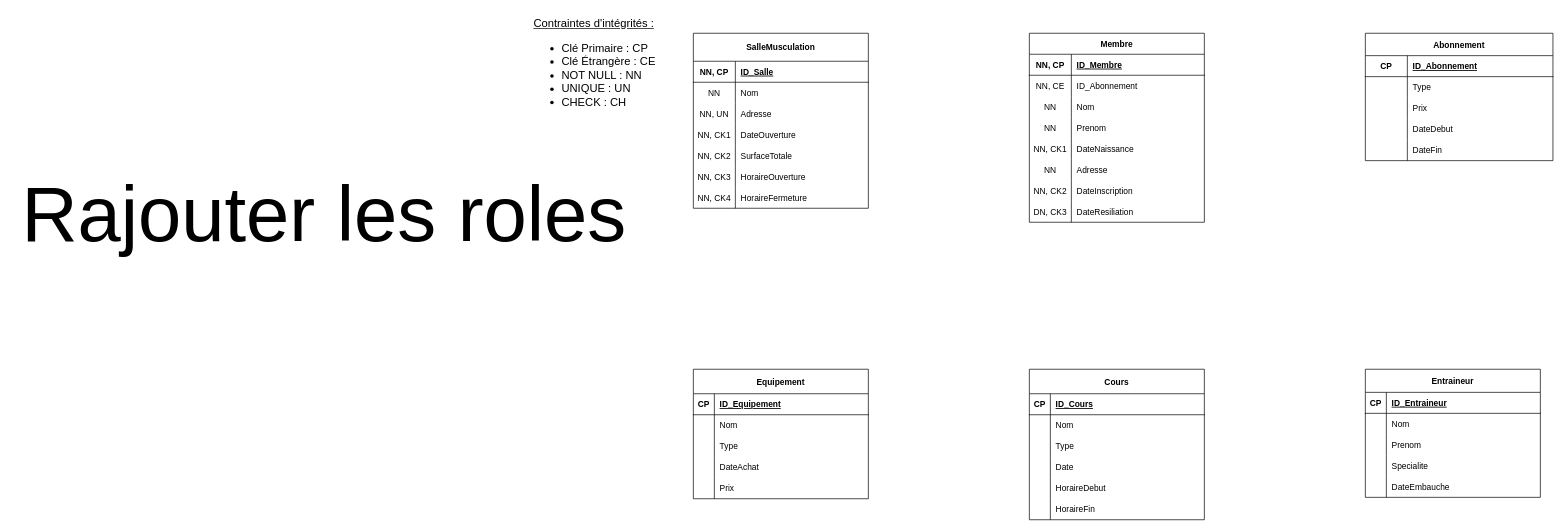
The draw.io diagram SchémaE/R.drawio in uvsqNathanAmoussou/SalleDeMuscuBDD, before the edit. Source tidied: cells renumbered, new cells numbered last; positions are measured from the earlier drawing's top-left corner, leaving out a move shared by most shapes. Both pictures are drawn from the tidied source at 70%, with x=0, y=0 at pixel (12, 12).
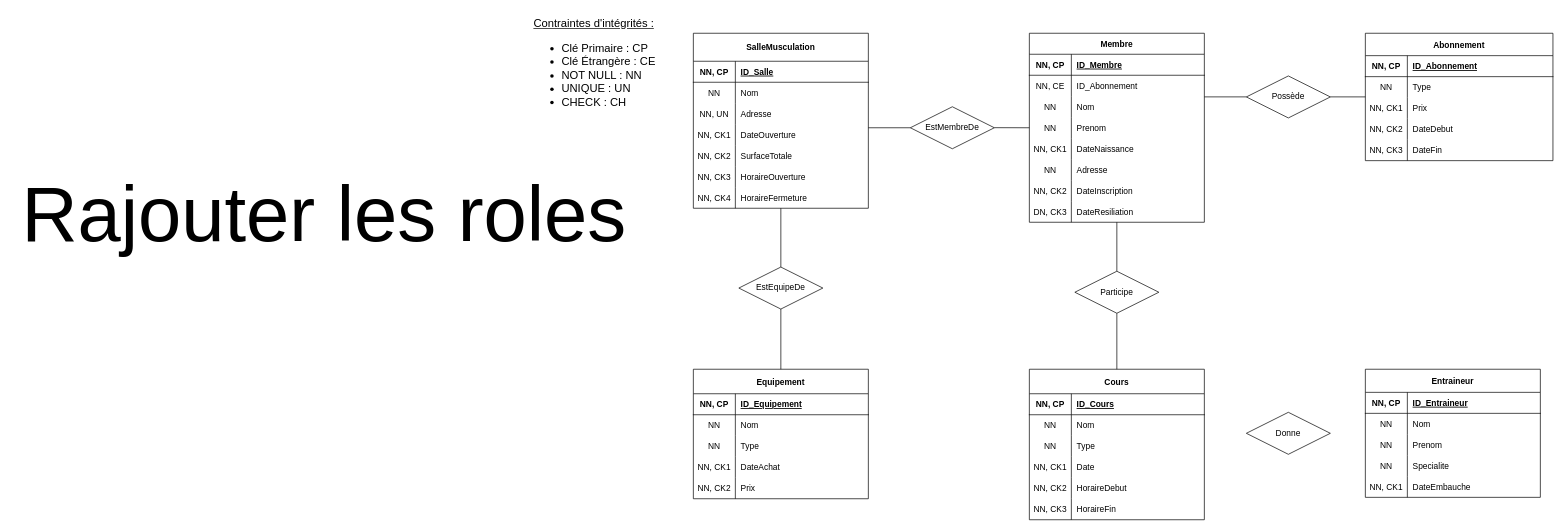
After the change.

Commit message (it also covers changes not shown here):
Mettre à jour R.drawio

Unchanged cells that the change refers to:
```xml
<mxCell id="24" style="shape=partialRectangle;fillColor=none;points=[[0,0.5],[1,0.5]];portConstraint=eastwest;top=0;left=0;right=0;bottom=0;" parent="2" vertex="1">
  <mxGeometry y="240" width="250" height="30" as="geometry" />
</mxCell>
<mxCell id="28" style="shape=partialRectangle;fillColor=none;top=0;left=0;right=0;bottom=1;" parent="27" vertex="1">
  <mxGeometry y="32" width="268" height="30" as="geometry" />
</mxCell>
<mxCell id="31" style="shape=partialRectangle;fillColor=none;points=[[0,0.5],[1,0.5]];portConstraint=eastwest;top=0;left=0;right=0;bottom=0;" parent="27" vertex="1">
  <mxGeometry y="62" width="268" height="30" as="geometry" />
</mxCell>
<mxCell id="34" style="shape=partialRectangle;fillColor=none;top=0;left=0;right=0;bottom=0;" parent="27" vertex="1">
  <mxGeometry y="92" width="268" height="30" as="geometry" />
</mxCell>
<mxCell id="37" style="shape=partialRectangle;fillColor=none;top=0;left=0;right=0;bottom=0;" parent="27" vertex="1">
  <mxGeometry y="122" width="268" height="30" as="geometry" />
</mxCell>
<mxCell id="40" style="shape=partialRectangle;fillColor=none;top=0;left=0;right=0;bottom=0;" parent="27" vertex="1">
  <mxGeometry y="152" width="268" height="30" as="geometry" />
</mxCell>
<mxCell id="62" style="shape=partialRectangle;fillColor=none;points=[[0,0.5],[1,0.5]];portConstraint=eastwest;top=0;left=0;right=0;bottom=0;" parent="43" vertex="1">
  <mxGeometry y="220" width="250" height="30" as="geometry" />
</mxCell>
<mxCell id="65" value="Cours" style="shape=table;startSize=35;childLayout=tableLayout;rowLines=0;fontStyle=1;align=center;" parent="1" vertex="1">
  <mxGeometry x="1453" y="510" width="250" height="215" as="geometry" />
</mxCell>
<mxCell id="66" style="shape=partialRectangle;fillColor=none;top=0;left=0;right=0;bottom=1;" parent="65" vertex="1">
  <mxGeometry y="35" width="250" height="30" as="geometry" />
</mxCell>
<mxCell id="69" style="shape=partialRectangle;fillColor=none;top=0;left=0;right=0;bottom=0;" parent="65" vertex="1">
  <mxGeometry y="65" width="250" height="30" as="geometry" />
</mxCell>
<mxCell id="72" style="shape=partialRectangle;fillColor=none;top=0;left=0;right=0;bottom=0;" parent="65" vertex="1">
  <mxGeometry y="95" width="250" height="30" as="geometry" />
</mxCell>
<mxCell id="75" style="shape=partialRectangle;fillColor=none;top=0;left=0;right=0;bottom=0;" parent="65" vertex="1">
  <mxGeometry y="125" width="250" height="30" as="geometry" />
</mxCell>
<mxCell id="78" style="shape=partialRectangle;fillColor=none;top=0;left=0;right=0;bottom=0;" parent="65" vertex="1">
  <mxGeometry y="155" width="250" height="30" as="geometry" />
</mxCell>
<mxCell id="81" style="shape=partialRectangle;fillColor=none;top=0;left=0;right=0;bottom=0;" parent="65" vertex="1">
  <mxGeometry y="185" width="250" height="30" as="geometry" />
</mxCell>
<mxCell id="84" value="Equipement" style="shape=table;startSize=35;childLayout=tableLayout;rowLines=0;fontStyle=1;align=center;" parent="1" vertex="1">
  <mxGeometry x="973" y="510" width="250" height="185" as="geometry" />
</mxCell>
<mxCell id="85" style="shape=partialRectangle;fillColor=none;top=0;left=0;right=0;bottom=1;" parent="84" vertex="1">
  <mxGeometry y="35" width="250" height="30" as="geometry" />
</mxCell>
<mxCell id="88" style="shape=partialRectangle;fillColor=none;top=0;left=0;right=0;bottom=0;" parent="84" vertex="1">
  <mxGeometry y="65" width="250" height="30" as="geometry" />
</mxCell>
<mxCell id="91" style="shape=partialRectangle;fillColor=none;top=0;left=0;right=0;bottom=0;" parent="84" vertex="1">
  <mxGeometry y="95" width="250" height="30" as="geometry" />
</mxCell>
<mxCell id="94" style="shape=partialRectangle;fillColor=none;top=0;left=0;right=0;bottom=0;" parent="84" vertex="1">
  <mxGeometry y="125" width="250" height="30" as="geometry" />
</mxCell>
<mxCell id="97" style="shape=partialRectangle;fillColor=none;top=0;left=0;right=0;bottom=0;" parent="84" vertex="1">
  <mxGeometry y="155" width="250" height="30" as="geometry" />
</mxCell>
<mxCell id="101" style="shape=partialRectangle;fillColor=none;top=0;left=0;right=0;bottom=1;" parent="100" vertex="1">
  <mxGeometry y="33" width="250" height="30" as="geometry" />
</mxCell>
<mxCell id="104" style="shape=partialRectangle;fillColor=none;top=0;left=0;right=0;bottom=0;" parent="100" vertex="1">
  <mxGeometry y="63" width="250" height="30" as="geometry" />
</mxCell>
<mxCell id="107" style="shape=partialRectangle;fillColor=none;top=0;left=0;right=0;bottom=0;" parent="100" vertex="1">
  <mxGeometry y="93" width="250" height="30" as="geometry" />
</mxCell>
<mxCell id="110" style="shape=partialRectangle;fillColor=none;top=0;left=0;right=0;bottom=0;" parent="100" vertex="1">
  <mxGeometry y="123" width="250" height="30" as="geometry" />
</mxCell>
<mxCell id="113" style="shape=partialRectangle;fillColor=none;top=0;left=0;right=0;bottom=0;" parent="100" vertex="1">
  <mxGeometry y="153" width="250" height="30" as="geometry" />
</mxCell>
```

Diff of the diagram source:
```diff
@@
-    <mxCell id="29" value="CP" style="shape=partialRectangle;overflow=hidden;fillColor=none;top=0;left=0;bottom=0;right=0;fontStyle=1;" parent="28" vertex="1">
+    <mxCell id="29" value="NN, CP" style="shape=partialRectangle;overflow=hidden;fillColor=none;top=0;left=0;bottom=0;right=0;fontStyle=1;" parent="28" vertex="1">
       <mxGeometry width="60" height="30" as="geometry" />
     </mxCell>
@@
-    <mxCell id="32" style="shape=partialRectangle;overflow=hidden;fillColor=none;top=0;left=0;bottom=0;right=0;" parent="31" vertex="1">
+    <mxCell id="32" value="NN" style="shape=partialRectangle;overflow=hidden;fillColor=none;top=0;left=0;bottom=0;right=0;" parent="31" vertex="1">
       <mxGeometry width="60" height="30" as="geometry" />
     </mxCell>
@@
-    <mxCell id="35" style="shape=partialRectangle;overflow=hidden;fillColor=none;top=0;left=0;bottom=0;right=0;" parent="34" vertex="1">
+    <mxCell id="35" value="NN, CK1" style="shape=partialRectangle;overflow=hidden;fillColor=none;top=0;left=0;bottom=0;right=0;" parent="34" vertex="1">
       <mxGeometry width="60" height="30" as="geometry" />
     </mxCell>
@@
-    <mxCell id="38" style="shape=partialRectangle;overflow=hidden;fillColor=none;top=0;left=0;bottom=0;right=0;" parent="37" vertex="1">
+    <mxCell id="38" value="NN, CK2" style="shape=partialRectangle;overflow=hidden;fillColor=none;top=0;left=0;bottom=0;right=0;" parent="37" vertex="1">
       <mxGeometry width="60" height="30" as="geometry" />
     </mxCell>
@@
-    <mxCell id="41" style="shape=partialRectangle;overflow=hidden;fillColor=none;top=0;left=0;bottom=0;right=0;" parent="40" vertex="1">
+    <mxCell id="41" value="NN, CK3" style="shape=partialRectangle;overflow=hidden;fillColor=none;top=0;left=0;bottom=0;right=0;" parent="40" vertex="1">
       <mxGeometry width="60" height="30" as="geometry" />
     </mxCell>
@@
-    <mxCell id="67" value="CP" style="shape=partialRectangle;overflow=hidden;fillColor=none;top=0;left=0;bottom=0;right=0;fontStyle=1;" parent="66" vertex="1">
-      <mxGeometry width="30" height="30" as="geometry" />
+    <mxCell id="67" value="NN, CP" style="shape=partialRectangle;overflow=hidden;fillColor=none;top=0;left=0;bottom=0;right=0;fontStyle=1;" parent="66" vertex="1">
+      <mxGeometry width="60" height="30" as="geometry" />
     </mxCell>
     <mxCell id="68" value="ID_Cours" style="shape=partialRectangle;overflow=hidden;fillColor=none;top=0;left=0;bottom=0;right=0;align=left;spacingLeft=6;fontStyle=5;" parent="66" vertex="1">
-      <mxGeometry x="30" width="220" height="30" as="geometry" />
+      <mxGeometry x="60" width="190" height="30" as="geometry" />
     </mxCell>
@@
-    <mxCell id="70" style="shape=partialRectangle;overflow=hidden;fillColor=none;top=0;left=0;bottom=0;right=0;" parent="69" vertex="1">
-      <mxGeometry width="30" height="30" as="geometry" />
+    <mxCell id="70" value="NN" style="shape=partialRectangle;overflow=hidden;fillColor=none;top=0;left=0;bottom=0;right=0;" parent="69" vertex="1">
+      <mxGeometry width="60" height="30" as="geometry" />
     </mxCell>
     <mxCell id="71" value="Nom" style="shape=partialRectangle;overflow=hidden;fillColor=none;top=0;left=0;bottom=0;right=0;align=left;spacingLeft=6;" parent="69" vertex="1">
-      <mxGeometry x="30" width="220" height="30" as="geometry" />
+      <mxGeometry x="60" width="190" height="30" as="geometry" />
     </mxCell>
@@
-    <mxCell id="73" style="shape=partialRectangle;overflow=hidden;fillColor=none;top=0;left=0;bottom=0;right=0;" parent="72" vertex="1">
-      <mxGeometry width="30" height="30" as="geometry" />
+    <mxCell id="73" value="NN" style="shape=partialRectangle;overflow=hidden;fillColor=none;top=0;left=0;bottom=0;right=0;" parent="72" vertex="1">
+      <mxGeometry width="60" height="30" as="geometry" />
     </mxCell>
     <mxCell id="74" value="Type   " style="shape=partialRectangle;overflow=hidden;fillColor=none;top=0;left=0;bottom=0;right=0;align=left;spacingLeft=6;" parent="72" vertex="1">
-      <mxGeometry x="30" width="220" height="30" as="geometry" />
+      <mxGeometry x="60" width="190" height="30" as="geometry" />
     </mxCell>
@@
-    <mxCell id="76" style="shape=partialRectangle;overflow=hidden;fillColor=none;top=0;left=0;bottom=0;right=0;" parent="75" vertex="1">
-      <mxGeometry width="30" height="30" as="geometry" />
+    <mxCell id="76" value="NN, CK1" style="shape=partialRectangle;overflow=hidden;fillColor=none;top=0;left=0;bottom=0;right=0;" parent="75" vertex="1">
+      <mxGeometry width="60" height="30" as="geometry" />
     </mxCell>
     <mxCell id="77" value="Date" style="shape=partialRectangle;overflow=hidden;fillColor=none;top=0;left=0;bottom=0;right=0;align=left;spacingLeft=6;" parent="75" vertex="1">
-      <mxGeometry x="30" width="220" height="30" as="geometry" />
+      <mxGeometry x="60" width="190" height="30" as="geometry" />
     </mxCell>
@@
-    <mxCell id="79" style="shape=partialRectangle;overflow=hidden;fillColor=none;top=0;left=0;bottom=0;right=0;" parent="78" vertex="1">
-      <mxGeometry width="30" height="30" as="geometry" />
+    <mxCell id="79" value="NN, CK2" style="shape=partialRectangle;overflow=hidden;fillColor=none;top=0;left=0;bottom=0;right=0;" parent="78" vertex="1">
+      <mxGeometry width="60" height="30" as="geometry" />
     </mxCell>
     <mxCell id="80" value="HoraireDebut" style="shape=partialRectangle;overflow=hidden;fillColor=none;top=0;left=0;bottom=0;right=0;align=left;spacingLeft=6;" parent="78" vertex="1">
-      <mxGeometry x="30" width="220" height="30" as="geometry" />
+      <mxGeometry x="60" width="190" height="30" as="geometry" />
     </mxCell>
@@
-    <mxCell id="82" style="shape=partialRectangle;overflow=hidden;fillColor=none;top=0;left=0;bottom=0;right=0;" parent="81" vertex="1">
-      <mxGeometry width="30" height="30" as="geometry" />
+    <mxCell id="82" value="NN, CK3" style="shape=partialRectangle;overflow=hidden;fillColor=none;top=0;left=0;bottom=0;right=0;" parent="81" vertex="1">
+      <mxGeometry width="60" height="30" as="geometry" />
     </mxCell>
     <mxCell id="83" value="HoraireFin" style="shape=partialRectangle;overflow=hidden;fillColor=none;top=0;left=0;bottom=0;right=0;align=left;spacingLeft=6;" parent="81" vertex="1">
-      <mxGeometry x="30" width="220" height="30" as="geometry" />
+      <mxGeometry x="60" width="190" height="30" as="geometry" />
     </mxCell>
@@
-    <mxCell id="86" value="CP" style="shape=partialRectangle;overflow=hidden;fillColor=none;top=0;left=0;bottom=0;right=0;fontStyle=1;" parent="85" vertex="1">
-      <mxGeometry width="30" height="30" as="geometry" />
+    <mxCell id="86" value="NN, CP" style="shape=partialRectangle;overflow=hidden;fillColor=none;top=0;left=0;bottom=0;right=0;fontStyle=1;" parent="85" vertex="1">
+      <mxGeometry width="60" height="30" as="geometry" />
     </mxCell>
     <mxCell id="87" value="ID_Equipement" style="shape=partialRectangle;overflow=hidden;fillColor=none;top=0;left=0;bottom=0;right=0;align=left;spacingLeft=6;fontStyle=5;" parent="85" vertex="1">
-      <mxGeometry x="30" width="220" height="30" as="geometry" />
+      <mxGeometry x="60" width="190" height="30" as="geometry" />
     </mxCell>
@@
-    <mxCell id="89" style="shape=partialRectangle;overflow=hidden;fillColor=none;top=0;left=0;bottom=0;right=0;" parent="88" vertex="1">
-      <mxGeometry width="30" height="30" as="geometry" />
+    <mxCell id="89" value="NN" style="shape=partialRectangle;overflow=hidden;fillColor=none;top=0;left=0;bottom=0;right=0;" parent="88" vertex="1">
+      <mxGeometry width="60" height="30" as="geometry" />
     </mxCell>
     <mxCell id="90" value="Nom" style="shape=partialRectangle;overflow=hidden;fillColor=none;top=0;left=0;bottom=0;right=0;align=left;spacingLeft=6;" parent="88" vertex="1">
-      <mxGeometry x="30" width="220" height="30" as="geometry" />
+      <mxGeometry x="60" width="190" height="30" as="geometry" />
     </mxCell>
@@
-    <mxCell id="92" style="shape=partialRectangle;overflow=hidden;fillColor=none;top=0;left=0;bottom=0;right=0;" parent="91" vertex="1">
-      <mxGeometry width="30" height="30" as="geometry" />
+    <mxCell id="92" value="NN" style="shape=partialRectangle;overflow=hidden;fillColor=none;top=0;left=0;bottom=0;right=0;" parent="91" vertex="1">
+      <mxGeometry width="60" height="30" as="geometry" />
     </mxCell>
     <mxCell id="93" value="Type" style="shape=partialRectangle;overflow=hidden;fillColor=none;top=0;left=0;bottom=0;right=0;align=left;spacingLeft=6;" parent="91" vertex="1">
-      <mxGeometry x="30" width="220" height="30" as="geometry" />
+      <mxGeometry x="60" width="190" height="30" as="geometry" />
     </mxCell>
@@
-    <mxCell id="95" style="shape=partialRectangle;overflow=hidden;fillColor=none;top=0;left=0;bottom=0;right=0;" parent="94" vertex="1">
-      <mxGeometry width="30" height="30" as="geometry" />
+    <mxCell id="95" value="NN, CK1" style="shape=partialRectangle;overflow=hidden;fillColor=none;top=0;left=0;bottom=0;right=0;" parent="94" vertex="1">
+      <mxGeometry width="60" height="30" as="geometry" />
     </mxCell>
     <mxCell id="96" value="DateAchat" style="shape=partialRectangle;overflow=hidden;fillColor=none;top=0;left=0;bottom=0;right=0;align=left;spacingLeft=6;" parent="94" vertex="1">
-      <mxGeometry x="30" width="220" height="30" as="geometry" />
+      <mxGeometry x="60" width="190" height="30" as="geometry" />
     </mxCell>
@@
-    <mxCell id="98" style="shape=partialRectangle;overflow=hidden;fillColor=none;top=0;left=0;bottom=0;right=0;" parent="97" vertex="1">
-      <mxGeometry width="30" height="30" as="geometry" />
+    <mxCell id="98" value="NN, CK2" style="shape=partialRectangle;overflow=hidden;fillColor=none;top=0;left=0;bottom=0;right=0;" parent="97" vertex="1">
+      <mxGeometry width="60" height="30" as="geometry" />
     </mxCell>
     <mxCell id="99" value="Prix" style="shape=partialRectangle;overflow=hidden;fillColor=none;top=0;left=0;bottom=0;right=0;align=left;spacingLeft=6;" parent="97" vertex="1">
-      <mxGeometry x="30" width="220" height="30" as="geometry" />
+      <mxGeometry x="60" width="190" height="30" as="geometry" />
     </mxCell>
@@
-    <mxCell id="102" value="CP" style="shape=partialRectangle;overflow=hidden;fillColor=none;top=0;left=0;bottom=0;right=0;fontStyle=1;" parent="101" vertex="1">
-      <mxGeometry width="30" height="30" as="geometry" />
+    <mxCell id="102" value="NN, CP" style="shape=partialRectangle;overflow=hidden;fillColor=none;top=0;left=0;bottom=0;right=0;fontStyle=1;" parent="101" vertex="1">
+      <mxGeometry width="60" height="30" as="geometry" />
     </mxCell>
     <mxCell id="103" value="ID_Entraineur" style="shape=partialRectangle;overflow=hidden;fillColor=none;top=0;left=0;bottom=0;right=0;align=left;spacingLeft=6;fontStyle=5;" parent="101" vertex="1">
-      <mxGeometry x="30" width="220" height="30" as="geometry" />
+      <mxGeometry x="60" width="190" height="30" as="geometry" />
     </mxCell>
@@
-    <mxCell id="105" style="shape=partialRectangle;overflow=hidden;fillColor=none;top=0;left=0;bottom=0;right=0;" parent="104" vertex="1">
-      <mxGeometry width="30" height="30" as="geometry" />
+    <mxCell id="105" value="NN" style="shape=partialRectangle;overflow=hidden;fillColor=none;top=0;left=0;bottom=0;right=0;" parent="104" vertex="1">
+      <mxGeometry width="60" height="30" as="geometry" />
     </mxCell>
     <mxCell id="106" value="Nom" style="shape=partialRectangle;overflow=hidden;fillColor=none;top=0;left=0;bottom=0;right=0;align=left;spacingLeft=6;" parent="104" vertex="1">
-      <mxGeometry x="30" width="220" height="30" as="geometry" />
+      <mxGeometry x="60" width="190" height="30" as="geometry" />
     </mxCell>
@@
-    <mxCell id="108" style="shape=partialRectangle;overflow=hidden;fillColor=none;top=0;left=0;bottom=0;right=0;" parent="107" vertex="1">
-      <mxGeometry width="30" height="30" as="geometry" />
+    <mxCell id="108" value="NN" style="shape=partialRectangle;overflow=hidden;fillColor=none;top=0;left=0;bottom=0;right=0;" parent="107" vertex="1">
+      <mxGeometry width="60" height="30" as="geometry" />
     </mxCell>
     <mxCell id="109" value="Prenom" style="shape=partialRectangle;overflow=hidden;fillColor=none;top=0;left=0;bottom=0;right=0;align=left;spacingLeft=6;" parent="107" vertex="1">
-      <mxGeometry x="30" width="220" height="30" as="geometry" />
+      <mxGeometry x="60" width="190" height="30" as="geometry" />
     </mxCell>
@@
-    <mxCell id="111" style="shape=partialRectangle;overflow=hidden;fillColor=none;top=0;left=0;bottom=0;right=0;" parent="110" vertex="1">
-      <mxGeometry width="30" height="30" as="geometry" />
+    <mxCell id="111" value="NN" style="shape=partialRectangle;overflow=hidden;fillColor=none;top=0;left=0;bottom=0;right=0;" parent="110" vertex="1">
+      <mxGeometry width="60" height="30" as="geometry" />
     </mxCell>
     <mxCell id="112" value="Specialite" style="shape=partialRectangle;overflow=hidden;fillColor=none;top=0;left=0;bottom=0;right=0;align=left;spacingLeft=6;" parent="110" vertex="1">
-      <mxGeometry x="30" width="220" height="30" as="geometry" />
+      <mxGeometry x="60" width="190" height="30" as="geometry" />
     </mxCell>
@@
-    <mxCell id="114" style="shape=partialRectangle;overflow=hidden;fillColor=none;top=0;left=0;bottom=0;right=0;" parent="113" vertex="1">
-      <mxGeometry width="30" height="30" as="geometry" />
+    <mxCell id="114" value="NN, CK1" style="shape=partialRectangle;overflow=hidden;fillColor=none;top=0;left=0;bottom=0;right=0;" parent="113" vertex="1">
+      <mxGeometry width="60" height="30" as="geometry" />
     </mxCell>
     <mxCell id="115" value="DateEmbauche" style="shape=partialRectangle;overflow=hidden;fillColor=none;top=0;left=0;bottom=0;right=0;align=left;spacingLeft=6;" parent="113" vertex="1">
-      <mxGeometry x="30" width="220" height="30" as="geometry" />
+      <mxGeometry x="60" width="190" height="30" as="geometry" />
     </mxCell>
@@
+    <mxCell id="118" style="rounded=0;jettySize=auto;html=1;endArrow=none;endFill=0;" parent="1" edge="1" source="120" target="24">
+      <mxGeometry relative="1" as="geometry" />
+    </mxCell>
+    <mxCell id="119" style="rounded=0;jettySize=auto;html=1;endArrow=none;endFill=0;entryX=0.5;entryY=0;entryDx=0;entryDy=0;" parent="1" edge="1" source="120" target="65">
+      <mxGeometry relative="1" as="geometry" />
+    </mxCell>
+    <mxCell id="120" value="Participe" style="shape=rhombus;perimeter=rhombusPerimeter;whiteSpace=wrap;html=1;align=center;rotation=0;" parent="1" vertex="1">
+      <mxGeometry x="1518" y="370" width="120" height="60" as="geometry" />
+    </mxCell>
+    <mxCell id="121" value="Possède" style="shape=rhombus;perimeter=rhombusPerimeter;whiteSpace=wrap;html=1;align=center;rotation=0;" parent="1" vertex="1">
+      <mxGeometry x="1763" y="91" width="120" height="60" as="geometry" />
+    </mxCell>
+    <mxCell id="122" value="EstMembreDe" style="shape=rhombus;perimeter=rhombusPerimeter;whiteSpace=wrap;html=1;align=center;rotation=0;" parent="1" vertex="1">
+      <mxGeometry x="1283" y="135" width="120" height="60" as="geometry" />
+    </mxCell>
+    <mxCell id="123" style="rounded=0;jettySize=auto;html=1;endArrow=none;endFill=0;" parent="1" edge="1" source="125" target="62">
+      <mxGeometry relative="1" as="geometry" />
+    </mxCell>
+    <mxCell id="124" style="rounded=0;jettySize=auto;html=1;endArrow=none;endFill=0;entryX=0.5;entryY=0;entryDx=0;entryDy=0;" parent="1" edge="1" source="125" target="84">
+      <mxGeometry relative="1" as="geometry" />
+    </mxCell>
+    <mxCell id="125" value="EstEquipeDe" style="shape=rhombus;perimeter=rhombusPerimeter;whiteSpace=wrap;html=1;align=center;rotation=0;" parent="1" vertex="1">
+      <mxGeometry x="1038" y="364" width="120" height="60" as="geometry" />
+    </mxCell>
+    <mxCell id="126" style="endArrow=none;html=1;rounded=0;entryX=0;entryY=0.5;entryDx=0;entryDy=0;" parent="1" edge="1" target="122">
+      <mxGeometry relative="1" as="geometry">
+        <mxPoint x="1223" y="165" as="sourcePoint" />
+      </mxGeometry>
+    </mxCell>
+    <mxCell id="127" style="endArrow=none;html=1;rounded=0;" parent="1" edge="1">
+      <mxGeometry relative="1" as="geometry">
+        <mxPoint x="1403" y="164.9" as="sourcePoint" />
+        <mxPoint x="1453" y="165" as="targetPoint" />
+      </mxGeometry>
+    </mxCell>
+    <mxCell id="128" style="endArrow=none;html=1;rounded=0;entryX=0;entryY=0.5;entryDx=0;entryDy=0;" parent="1" edge="1">
+      <mxGeometry relative="1" as="geometry">
+        <mxPoint x="1703" y="120.9" as="sourcePoint" />
+        <mxPoint x="1763" y="120.9" as="targetPoint" />
+      </mxGeometry>
+    </mxCell>
+    <mxCell id="129" style="endArrow=none;html=1;rounded=0;entryX=0;entryY=0.964;entryDx=0;entryDy=0;entryPerimeter=0;" parent="1" edge="1" target="31">
+      <mxGeometry relative="1" as="geometry">
+        <mxPoint x="1883" y="120.9" as="sourcePoint" />
+      </mxGeometry>
+    </mxCell>
+    <mxCell id="130" value="Donne" style="shape=rhombus;perimeter=rhombusPerimeter;whiteSpace=wrap;html=1;align=center;rotation=0;" parent="1" vertex="1">
+      <mxGeometry x="1763" y="571.5" width="120" height="60" as="geometry" />
+    </mxCell>
```
